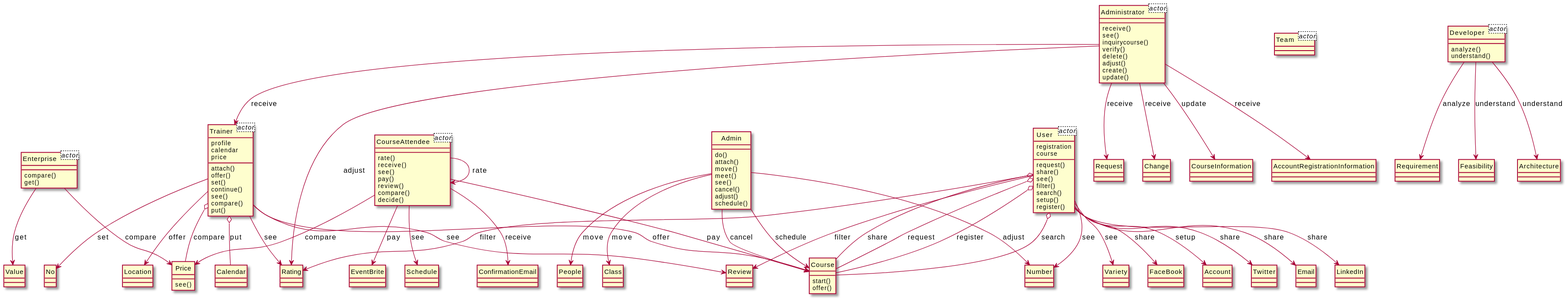
Above: output/diagram_5/2014-USC-Project11.svg in xixixhalu/DomainModelExtractor (PlantUML), before the change.
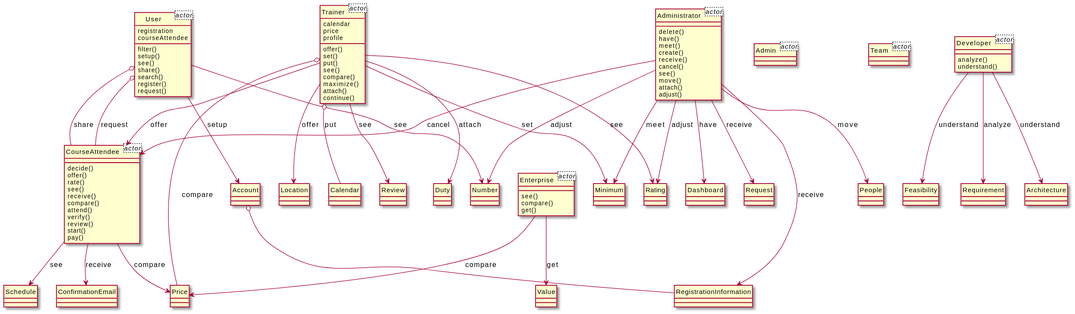
The same diagram one commit later.

Change to the diagram source:
```diff
@@ -2,175 +2,143 @@
 hide circle
 class User<actor> {
 	registration
-	course
+	courseAttendee
 }
 class CourseAttendee<actor> {
 }
 class Trainer<actor> {
-	profile
 	calendar
 	price
+	profile
 }
 class Enterprise<actor> {
 }
 class Administrator<actor> {
 }
+class Admin<actor> {
+}
 class Team<actor> {
 }
 class Developer<actor> {
 }
+class RegistrationInformation {
+}
 class Trainer {
-	attach()
 	offer()
 	set()
-	continue()
+	put()
 	see()
 	compare()
-	put()
+	maximize()
+	attach()
+	continue()
 }
-class No {
-}
-class User {
-	request()
-	share()
-	see()
-	filter()
-	search()
-	setup()
-	register()
-}
-class Course {
-	start()
-	offer()
-}
-class CourseAttendee {
-	rate()
-	receive()
-	see()
-	pay()
-	review()
-	compare()
-	decide()
-}
-class Administrator {
-	receive()
-	see()
-	inquirycourse()
-	verify()
-	delete()
-	adjust()
-	create()
-	update()
-}
-class Request {
-}
-class Enterprise {
-	compare()
-	get()
-}
-class Admin {
-	do()
-	attach()
-	move()
-	meet()
-	see()
-	cancel()
-	adjust()
-	schedule()
+class Review {
 }
 class Developer {
 	analyze()
 	understand()
 }
-class Requirement {
+class Feasibility {
 }
-class Change {
+class Duty {
+}
+class User {
+	filter()
+	setup()
+	see()
+	share()
+	search()
+	register()
+	request()
+}
+class CourseAttendee {
+	decide()
+	offer()
+	rate()
+	see()
+	receive()
+	compare()
+	attend()
+	verify()
+	review()
+	start()
+	pay()
+}
+class Administrator {
+	delete()
+	have()
+	meet()
+	create()
+	receive()
+	cancel()
+	see()
+	move()
+	attach()
+	adjust()
+}
+class Price {
 }
 class Rating {
 }
-class Feasibility {
+class People {
+}
+class Minimum {
+}
+class Enterprise {
+	see()
+	compare()
+	get()
+}
+class Value {
+}
+class Account {
+}
+class Number {
+}
+class Schedule {
+}
+class Dashboard {
+}
+class Requirement {
+}
+class Location {
+}
+class Calendar {
+}
+class Request {
+}
+class ConfirmationEmail {
 }
 class Architecture {
 }
-class Price {
-	see()
-}
-class Class {
-}
-class Calendar {
-}
-class Twitter {
-}
-class Review {
-}
-class CourseInformation {
-}
-class EventBrite {
-}
-class Email {
-}
-class Schedule {
-}
-class LinkedIn {
-}
-class ConfirmationEmail {
-}
-class Variety {
-}
-class People {
-}
-class Location {
-}
-class Value {
-}
-class FaceBook {
-}
-class Number {
-}
-class AccountRegistrationInformation {
-}
-class Account {
-}
-CourseAttendee --> Course : pay
+Developer --> Feasibility : understand
+CourseAttendee --> ConfirmationEmail : receive
+Account o-- RegistrationInformation
+Trainer --> Duty : attach
+User --> Number : see
+Developer --> Architecture : understand
+Administrator --> Number : adjust
+User o-- CourseAttendee : request
+CourseAttendee --> Schedule : see
+User o-- CourseAttendee : share
+Administrator --> RegistrationInformation : receive
+Administrator --> Dashboard : have
+CourseAttendee --> Price : compare
+Trainer --> CourseAttendee : offer
+Administrator --> Rating : adjust
+Trainer --> Rating : see
+Administrator --> CourseAttendee : cancel
+Developer --> Requirement : analyze
 Enterprise --> Price : compare
-CourseAttendee --> ConfirmationEmail : receive
-Administrator --> AccountRegistrationInformation : receive
+Administrator --> People : move
+Trainer --> Location : offer
+Trainer --> Minimum : set
+Trainer o-- Calendar : put
+Trainer o-- Price : compare
+Trainer --> Review : see
+Administrator --> Minimum : meet
+Enterprise --> Value : get
 Administrator --> Request : receive
-Admin --> Course : cancel
-Trainer --> Rating : see
-User --> Variety : see
-Admin --> Course : schedule
-Trainer o-- Calendar : put
-CourseAttendee --> CourseAttendee : rate
 User --> Account : setup
-User o-- Course : register
-User --> Rating : filter
-User --> Twitter : share
-Trainer o-- Price : compare
-Developer --> Requirement : analyze
-Admin --> People : move
-Trainer --> Review : see
-CourseAttendee --> Price : compare
-User o-- Course : search
-Administrator --> Change : receive
-User --> Review : filter
-Administrator --> CourseInformation : update
-Administrator --> Rating : adjust
-Trainer --> Location : offer
-CourseAttendee --> EventBrite : pay
-Enterprise --> Value : get
-Developer --> Feasibility : understand
-Admin --> Number : adjust
-User --> Email : share
-Trainer --> No : set
-Administrator --> Trainer : receive
-User --> FaceBook : share
-CourseAttendee --> Schedule : see
-Developer --> Architecture : understand
-User o-- Course : share
-User --> Number : see
-User o-- Course : request
-Trainer --> Course : offer
-User --> LinkedIn : share
-Admin --> Class : move
 @enduml
```
